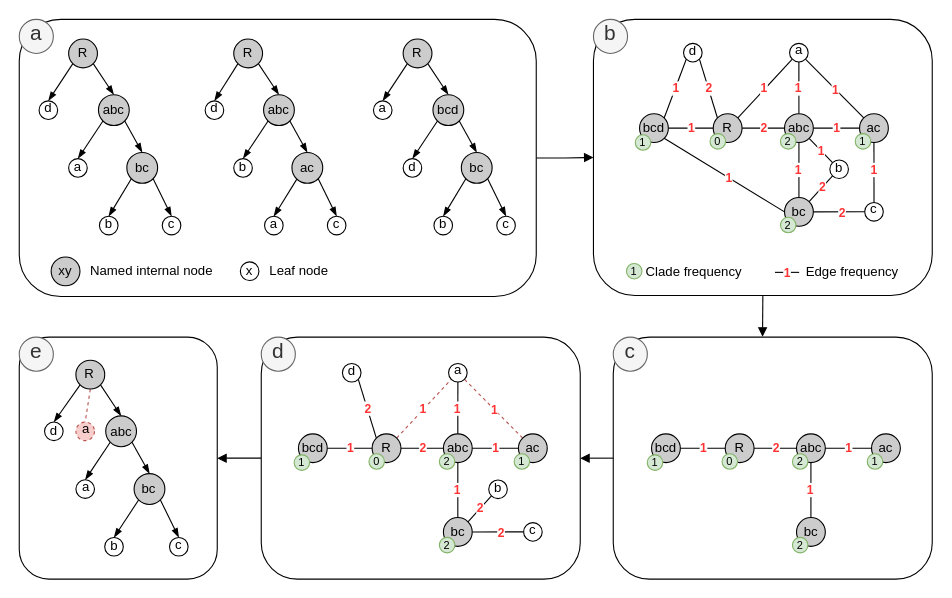
The draw.io diagram img/Fig_Illustration.drawio in tahiri-lab/PrismTree, before the edit. Source tidied: cells renumbered, new cells numbered last; positions are measured from the earlier drawing's top-left corner, leaving out a move shared by most shapes. Both pictures are drawn from the tidied source at 110%, with x=0, y=0 at pixel (19, 19).
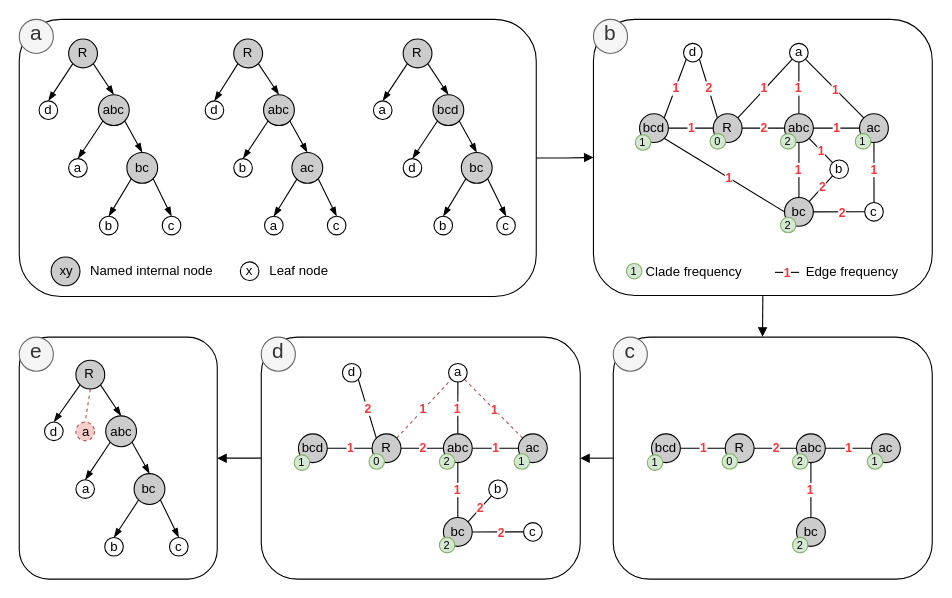
The same diagram, later.

Commit message:
Mettre à jour Fig_Illustration.drawio

Change to the diagram source:
```diff
@@
-    <mxCell id="30" value="d" style="ellipse;whiteSpace=wrap;html=1;fontStyle=0;verticalAlign=middle;fontSize=12;spacingBottom=2;" parent="1" vertex="1">
+    <mxCell id="30" value="d" style="ellipse;whiteSpace=wrap;html=1;fontStyle=0;verticalAlign=middle;fontSize=12;spacingBottom=0;" parent="1" vertex="1">
       <mxGeometry x="23" y="366.2" width="16.9" height="16.9" as="geometry" />
     </mxCell>
@@
-    <mxCell id="32" value="b" style="ellipse;whiteSpace=wrap;html=1;fontStyle=0;verticalAlign=middle;fontSize=12;spacingBottom=2;" parent="1" vertex="1">
+    <mxCell id="32" value="b" style="ellipse;whiteSpace=wrap;html=1;fontStyle=0;verticalAlign=middle;fontSize=12;spacingBottom=0;" parent="1" vertex="1">
       <mxGeometry x="77.7" y="471.1" width="16.9" height="16.9" as="geometry" />
     </mxCell>
-    <mxCell id="33" value="a" style="ellipse;whiteSpace=wrap;html=1;fontStyle=0;verticalAlign=middle;fontSize=12;spacingBottom=4;spacingLeft=1;" parent="1" vertex="1">
+    <mxCell id="33" value="a" style="ellipse;whiteSpace=wrap;html=1;fontStyle=0;verticalAlign=middle;fontSize=12;spacingBottom=0;spacingLeft=1;" parent="1" vertex="1">
       <mxGeometry x="51.5" y="418.7" width="16.9" height="16.9" as="geometry" />
     </mxCell>
@@
-    <mxCell id="43" value="c" style="ellipse;whiteSpace=wrap;html=1;fontStyle=0;verticalAlign=middle;fontSize=12;spacingBottom=3;spacingRight=1;" parent="1" vertex="1">
+    <mxCell id="43" value="c" style="ellipse;whiteSpace=wrap;html=1;fontStyle=0;verticalAlign=middle;fontSize=12;spacingBottom=0;spacingRight=1;" parent="1" vertex="1">
       <mxGeometry x="136.6" y="471.1" width="16.9" height="16.9" as="geometry" />
     </mxCell>
-    <mxCell id="44" value="a" style="ellipse;whiteSpace=wrap;html=1;fontStyle=0;verticalAlign=middle;fillColor=#f8cecc;strokeColor=#b85450;dashed=1;fontSize=12;spacingBottom=3;spacingLeft=1;" parent="1" vertex="1">
+    <mxCell id="44" value="a" style="ellipse;whiteSpace=wrap;html=1;fontStyle=0;verticalAlign=middle;fillColor=#f8cecc;strokeColor=#b85450;dashed=1;fontSize=12;spacingBottom=0;spacingLeft=1;" parent="1" vertex="1">
       <mxGeometry x="51.5" y="366.2" width="16.9" height="16.9" as="geometry" />
     </mxCell>
@@
-    <mxCell id="47" value="d" style="ellipse;whiteSpace=wrap;html=1;fontStyle=0;verticalAlign=middle;fontSize=12;spacingBottom=3;" parent="1" vertex="1">
+    <mxCell id="47" value="d" style="ellipse;whiteSpace=wrap;html=1;fontStyle=0;verticalAlign=middle;fontSize=12;spacingBottom=0;" parent="1" vertex="1">
       <mxGeometry x="169" y="74.2" width="16.9" height="16.9" as="geometry" />
     </mxCell>
@@
-    <mxCell id="49" value="a" style="ellipse;whiteSpace=wrap;html=1;fontStyle=0;verticalAlign=middle;fontSize=12;spacingBottom=3;" parent="1" vertex="1">
+    <mxCell id="49" value="a" style="ellipse;whiteSpace=wrap;html=1;fontStyle=0;verticalAlign=middle;fontSize=12;spacingBottom=0;" parent="1" vertex="1">
       <mxGeometry x="223" y="179.1" width="16.9" height="16.9" as="geometry" />
     </mxCell>
-    <mxCell id="50" value="b" style="ellipse;whiteSpace=wrap;html=1;fontStyle=0;verticalAlign=middle;fontSize=12;spacingBottom=3;" parent="1" vertex="1">
+    <mxCell id="50" value="b" style="ellipse;whiteSpace=wrap;html=1;fontStyle=0;verticalAlign=middle;fontSize=12;spacingBottom=0;" parent="1" vertex="1">
       <mxGeometry x="195" y="126.7" width="16.9" height="16.9" as="geometry" />
     </mxCell>
@@
-    <mxCell id="59" value="c" style="ellipse;whiteSpace=wrap;html=1;fontStyle=0;verticalAlign=middle;fontSize=12;spacingBottom=3;" parent="1" vertex="1">
+    <mxCell id="59" value="c" style="ellipse;whiteSpace=wrap;html=1;fontStyle=0;verticalAlign=middle;fontSize=12;spacingBottom=0;" parent="1" vertex="1">
       <mxGeometry x="280.1" y="179.1" width="16.9" height="16.9" as="geometry" />
     </mxCell>
-    <mxCell id="60" value="d" style="ellipse;whiteSpace=wrap;html=1;fontStyle=0;verticalAlign=middle;fontSize=12;spacingBottom=3;" parent="1" vertex="1">
+    <mxCell id="60" value="d" style="ellipse;whiteSpace=wrap;html=1;fontStyle=0;verticalAlign=middle;fontSize=12;spacingBottom=0;" parent="1" vertex="1">
       <mxGeometry x="18" y="74.2" width="16.9" height="16.9" as="geometry" />
     </mxCell>
@@
-    <mxCell id="62" value="a" style="ellipse;whiteSpace=wrap;html=1;fontStyle=0;verticalAlign=middle;fontSize=12;spacingBottom=3;" parent="1" vertex="1">
+    <mxCell id="62" value="a" style="ellipse;whiteSpace=wrap;html=1;fontStyle=0;verticalAlign=middle;fontSize=12;spacingBottom=0;" parent="1" vertex="1">
       <mxGeometry x="322" y="74.2" width="16.9" height="16.9" as="geometry" />
     </mxCell>
@@
-    <mxCell id="74" value="xy" style="ellipse;whiteSpace=wrap;html=1;fontStyle=0;fillColor=#cccccc;verticalAlign=middle;align=center;" parent="1" vertex="1">
+    <mxCell id="74" value="xy" style="ellipse;whiteSpace=wrap;html=1;fontStyle=0;fillColor=#cccccc;verticalAlign=middle;align=center;spacingLeft=2;" parent="1" vertex="1">
       <mxGeometry x="29" y="216.1" width="26.2" height="26.2" as="geometry" />
     </mxCell>
@@
-    <mxCell id="76" value="b" style="ellipse;whiteSpace=wrap;html=1;fontStyle=0;verticalAlign=middle;fontSize=12;spacingBottom=3;" parent="1" vertex="1">
+    <mxCell id="76" value="b" style="ellipse;whiteSpace=wrap;html=1;fontStyle=0;verticalAlign=middle;fontSize=12;spacingBottom=0;" parent="1" vertex="1">
       <mxGeometry x="377" y="179.1" width="16.9" height="16.9" as="geometry" />
     </mxCell>
-    <mxCell id="77" value="d" style="ellipse;whiteSpace=wrap;html=1;fontStyle=0;verticalAlign=middle;fontSize=12;spacingBottom=3;" parent="1" vertex="1">
+    <mxCell id="77" value="d" style="ellipse;whiteSpace=wrap;html=1;fontStyle=0;verticalAlign=middle;fontSize=12;spacingBottom=0;" parent="1" vertex="1">
       <mxGeometry x="349" y="126.7" width="16.9" height="16.9" as="geometry" />
     </mxCell>
@@
-    <mxCell id="86" value="c" style="ellipse;whiteSpace=wrap;html=1;fontStyle=0;verticalAlign=middle;fontSize=12;spacingBottom=3;" parent="1" vertex="1">
+    <mxCell id="86" value="c" style="ellipse;whiteSpace=wrap;html=1;fontStyle=0;verticalAlign=middle;fontSize=12;spacingBottom=0;" parent="1" vertex="1">
       <mxGeometry x="434.1" y="179.1" width="16.9" height="16.9" as="geometry" />
     </mxCell>
-    <mxCell id="87" value="b" style="ellipse;whiteSpace=wrap;html=1;fontStyle=0;verticalAlign=middle;fontSize=12;spacingBottom=3;" parent="1" vertex="1">
+    <mxCell id="87" value="b" style="ellipse;whiteSpace=wrap;html=1;fontStyle=0;verticalAlign=middle;fontSize=12;spacingBottom=0;" parent="1" vertex="1">
       <mxGeometry x="72.9" y="179.1" width="16.9" height="16.9" as="geometry" />
     </mxCell>
-    <mxCell id="88" value="a" style="ellipse;whiteSpace=wrap;html=1;fontStyle=0;verticalAlign=middle;fontSize=12;spacingBottom=3;" parent="1" vertex="1">
+    <mxCell id="88" value="a" style="ellipse;whiteSpace=wrap;html=1;fontStyle=0;verticalAlign=middle;fontSize=12;spacingBottom=0;" parent="1" vertex="1">
       <mxGeometry x="44.9" y="126.7" width="16.9" height="16.9" as="geometry" />
     </mxCell>
@@
-    <mxCell id="97" value="c" style="ellipse;whiteSpace=wrap;html=1;fontStyle=0;verticalAlign=middle;fontSize=12;spacingBottom=3;" parent="1" vertex="1">
+    <mxCell id="97" value="c" style="ellipse;whiteSpace=wrap;html=1;fontStyle=0;verticalAlign=middle;fontSize=12;spacingBottom=0;" parent="1" vertex="1">
       <mxGeometry x="130" y="179.1" width="16.9" height="16.9" as="geometry" />
     </mxCell>
@@
-    <mxCell id="131" value="c" style="ellipse;whiteSpace=wrap;html=1;fontStyle=0;verticalAlign=middle;align=center;fontSize=12;spacingBottom=4;spacingRight=1;" parent="1" vertex="1">
+    <mxCell id="131" value="c" style="ellipse;whiteSpace=wrap;html=1;fontStyle=0;verticalAlign=middle;align=center;fontSize=12;spacingBottom=0;spacingRight=1;" parent="1" vertex="1">
       <mxGeometry x="768.6" y="166.6" width="16.9" height="16.9" as="geometry" />
     </mxCell>
-    <mxCell id="132" value="a" style="ellipse;whiteSpace=wrap;html=1;fontStyle=0;verticalAlign=middle;align=center;fontSize=12;spacingBottom=4;spacingLeft=1;" parent="1" vertex="1">
+    <mxCell id="132" value="a" style="ellipse;whiteSpace=wrap;html=1;fontStyle=0;verticalAlign=middle;align=center;fontSize=12;spacingBottom=0;spacingLeft=1;" parent="1" vertex="1">
       <mxGeometry x="700.3" y="21.9" width="16.9" height="16.9" as="geometry" />
     </mxCell>
-    <mxCell id="133" value="d" style="ellipse;whiteSpace=wrap;html=1;fontStyle=0;verticalAlign=middle;fontSize=12;spacingBottom=3;" parent="1" vertex="1">
+    <mxCell id="133" value="d" style="ellipse;whiteSpace=wrap;html=1;fontStyle=0;verticalAlign=middle;fontSize=12;spacingBottom=0;" parent="1" vertex="1">
       <mxGeometry x="603.9" y="21.9" width="16.9" height="16.9" as="geometry" />
     </mxCell>
-    <mxCell id="134" value="b" style="ellipse;whiteSpace=wrap;html=1;fontStyle=0;verticalAlign=middle;fontSize=12;spacingBottom=3;" parent="1" vertex="1">
+    <mxCell id="134" value="b" style="ellipse;whiteSpace=wrap;html=1;fontStyle=0;verticalAlign=middle;fontSize=12;spacingBottom=0;" parent="1" vertex="1">
       <mxGeometry x="736.9" y="127.9" width="16.9" height="16.9" as="geometry" />
     </mxCell>
@@
-    <mxCell id="165" value="c" style="ellipse;whiteSpace=wrap;html=1;fontStyle=0;verticalAlign=middle;align=center;fontSize=12;spacingBottom=4;spacingLeft=0;spacingRight=1;" parent="1" vertex="1">
+    <mxCell id="165" value="c" style="ellipse;whiteSpace=wrap;html=1;fontStyle=0;verticalAlign=middle;align=center;fontSize=12;spacingBottom=0;spacingLeft=0;spacingRight=1;" parent="1" vertex="1">
       <mxGeometry x="458.5" y="457.6" width="16.9" height="16.9" as="geometry" />
     </mxCell>
-    <mxCell id="166" value="a" style="ellipse;whiteSpace=wrap;html=1;fontStyle=0;verticalAlign=middle;align=center;fontSize=12;spacingBottom=4;spacingLeft=1;" parent="1" vertex="1">
+    <mxCell id="166" value="a" style="ellipse;whiteSpace=wrap;html=1;fontStyle=0;verticalAlign=middle;align=center;fontSize=12;spacingBottom=0;spacingLeft=1;" parent="1" vertex="1">
       <mxGeometry x="390.3" y="312.9" width="16.9" height="16.9" as="geometry" />
     </mxCell>
-    <mxCell id="167" value="d" style="ellipse;whiteSpace=wrap;html=1;fontStyle=0;verticalAlign=middle;fontSize=12;spacingBottom=3;" parent="1" vertex="1">
+    <mxCell id="167" value="d" style="ellipse;whiteSpace=wrap;html=1;fontStyle=0;verticalAlign=middle;fontSize=12;spacingBottom=0;" parent="1" vertex="1">
       <mxGeometry x="293.8" y="312.9" width="16.9" height="16.9" as="geometry" />
     </mxCell>
-    <mxCell id="168" value="b" style="ellipse;whiteSpace=wrap;html=1;fontStyle=0;verticalAlign=middle;fontSize=12;spacingBottom=3;" parent="1" vertex="1">
+    <mxCell id="168" value="b" style="ellipse;whiteSpace=wrap;html=1;fontStyle=0;verticalAlign=middle;fontSize=12;spacingBottom=0;" parent="1" vertex="1">
       <mxGeometry x="426.8" y="418.9" width="16.9" height="16.9" as="geometry" />
     </mxCell>
```
